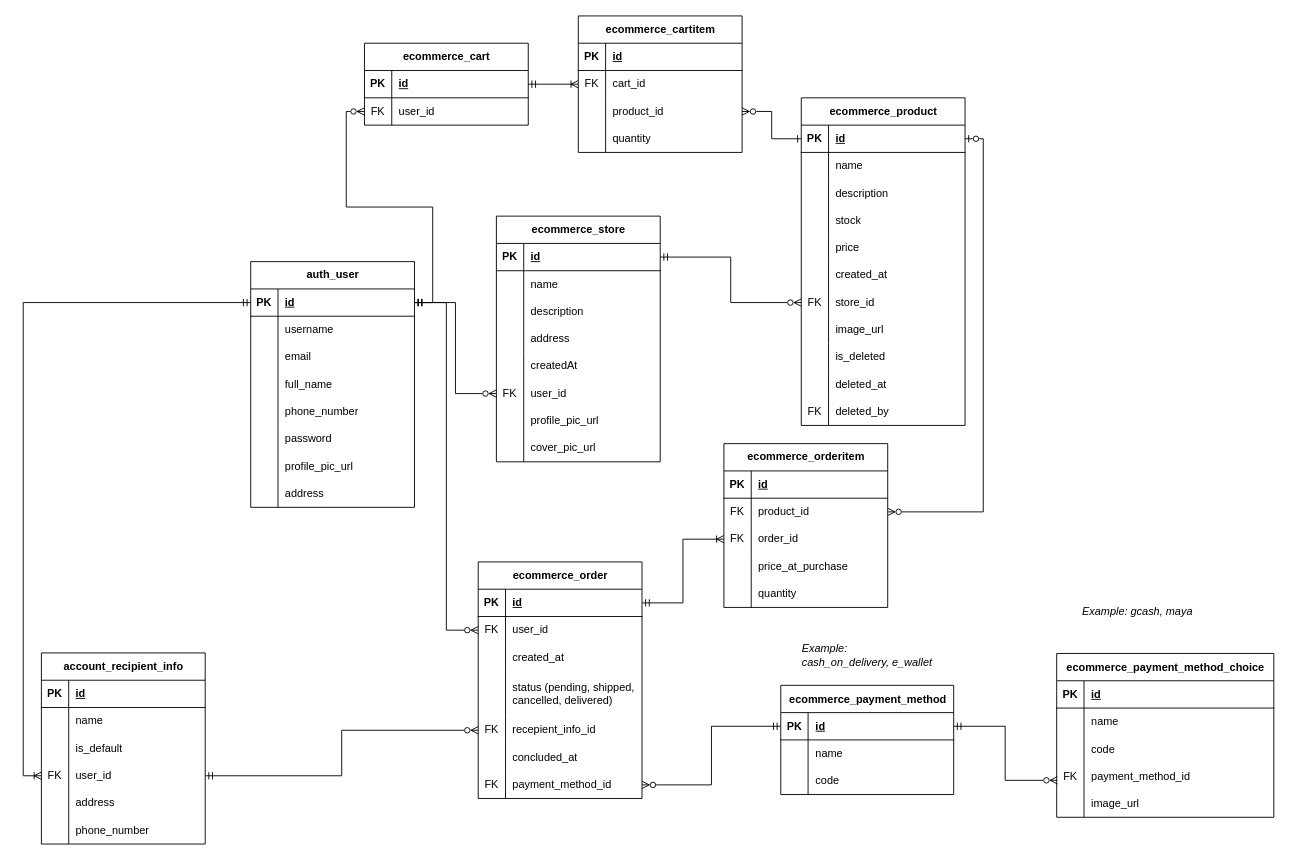
Above: page "All (INC)" (1 of 3) of E-Commerce API ERD.drawio in RHILIUS/drawio (draw.io), before the change. Source tidied: cells renumbered, new cells numbered last; positions are measured from the earlier drawing's top-left corner, leaving out a move shared by most shapes. Both pictures are drawn from the tidied source at 91%, with x=0, y=0 at pixel (41, 15).
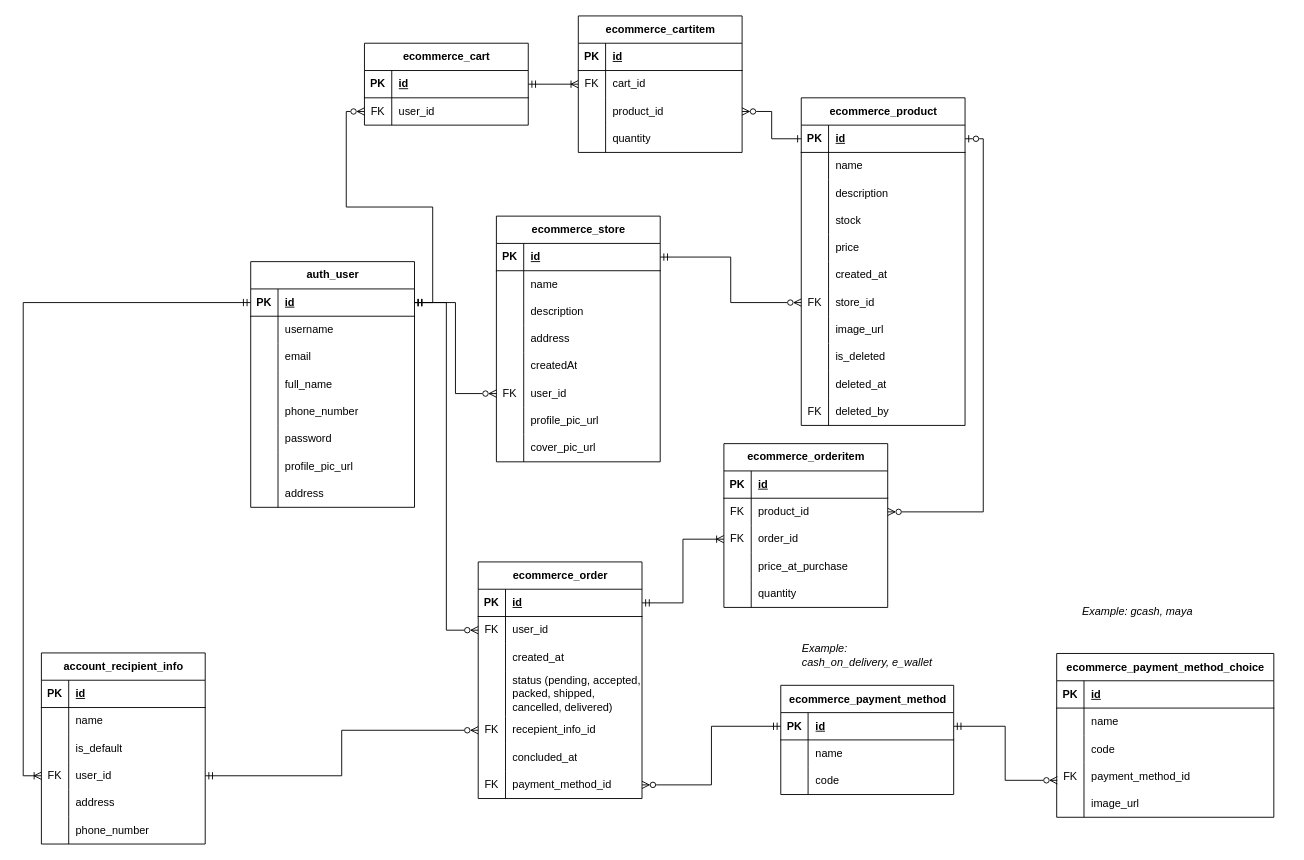
The same diagram, later.

Commit message (it also covers changes not shown here):
feat: added packed and accepted status on order

Unchanged cells that the change refers to:
```xml
<mxCell id="94" style="shape=tableRow;horizontal=0;startSize=0;swimlaneHead=0;swimlaneBody=0;fillColor=none;top=0;left=0;right=0;bottom=0;" parent="84" vertex="1">
  <mxGeometry y="120" width="180" height="50" as="geometry" />
</mxCell>
```

The edit, as a diff of the source:
```diff
@@
-    <mxCell id="96" value="status (pending, shipped, cancelled, delivered)" style="shape=partialRectangle;fillColor=none;top=0;left=0;bottom=0;right=0;align=left;spacingLeft=6;overflow=hidden;whiteSpace=wrap;html=1;" parent="94" vertex="1">
+    <mxCell id="96" value="status (pending, accepted, packed, shipped, cancelled, delivered)" style="shape=partialRectangle;fillColor=none;top=0;left=0;bottom=0;right=0;align=left;spacingLeft=6;overflow=hidden;whiteSpace=wrap;html=1;" parent="94" vertex="1">
       <mxGeometry x="30" width="150" height="50" as="geometry" />
     </mxCell>
```
